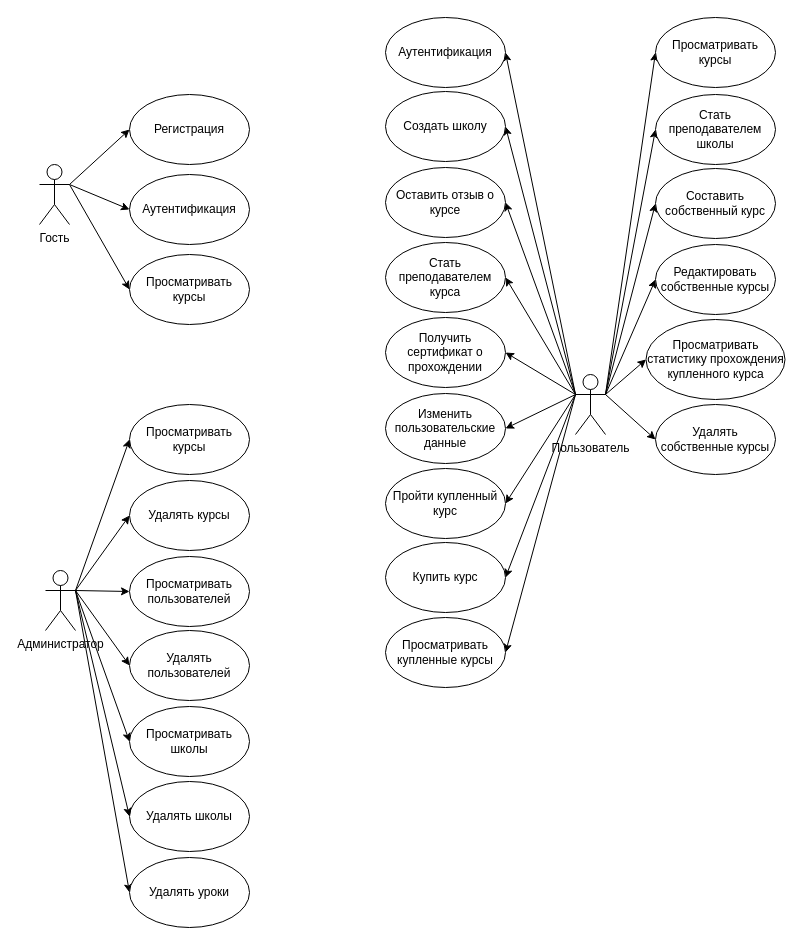
The draw.io diagram docs/images/usecase.drawio in paw1a/eschool, before the edit. Source tidied: cells renumbered, new cells numbered last; positions are measured from the earlier drawing's top-left corner, leaving out a move shared by most shapes. Both pictures are drawn from the tidied source at 100%, with x=0, y=0 at pixel (39, 17).
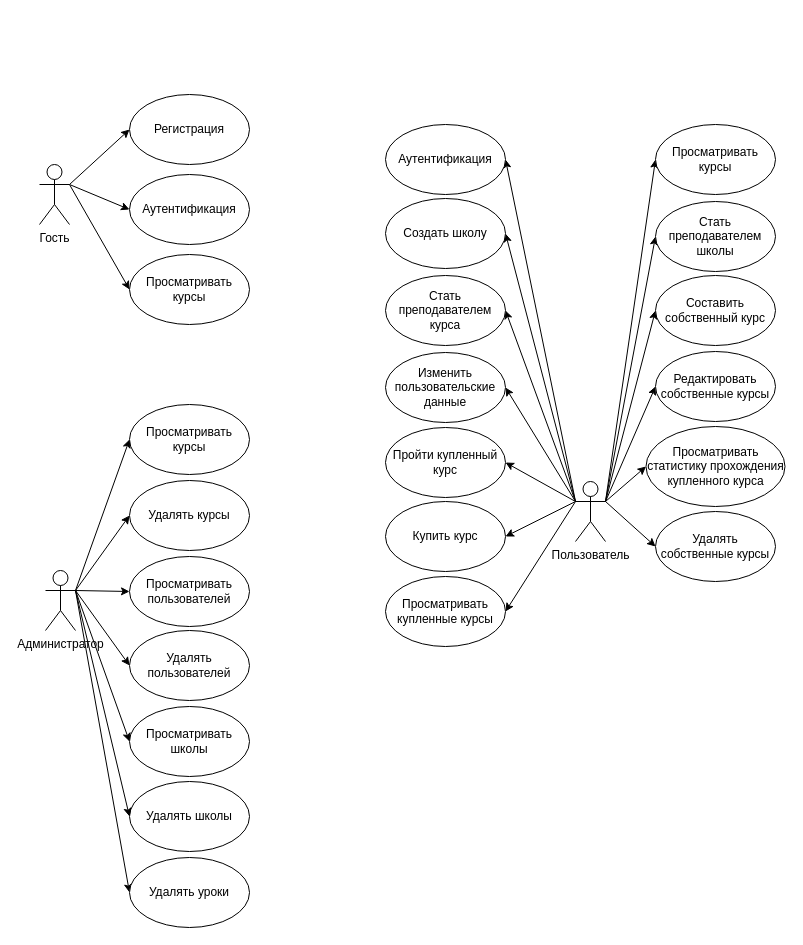
After the change.

Diff of the diagram source:
```diff
@@
-    <mxCell id="7" style="edgeStyle=none;rounded=0;jettySize=auto;html=1;exitX=0;exitY=0.3333333333333333;exitDx=0;exitDy=0;exitPerimeter=0;entryX=1;entryY=0.5;entryDx=0;entryDy=0;" parent="1" edge="1" source="21" target="29">
-      <mxGeometry relative="1" as="geometry" />
-    </mxCell>
@@
-    <mxCell id="9" style="edgeStyle=none;rounded=0;jettySize=auto;html=1;exitX=0;exitY=0.3333333333333333;exitDx=0;exitDy=0;exitPerimeter=0;entryX=1;entryY=0.5;entryDx=0;entryDy=0;" parent="1" edge="1" source="21" target="26">
-      <mxGeometry relative="1" as="geometry" />
-    </mxCell>
@@
     <mxCell id="21" value="Пользователь" style="shape=umlActor;verticalLabelPosition=bottom;verticalAlign=top;html=1;outlineConnect=0;" parent="1" vertex="1">
-      <mxGeometry x="536" y="357" width="30" height="60" as="geometry" />
+      <mxGeometry x="536" y="464" width="30" height="60" as="geometry" />
     </mxCell>
@@
     <mxCell id="24" value="Купить курс" style="ellipse;whiteSpace=wrap;html=1;" parent="1" vertex="1">
-      <mxGeometry x="346" y="525" width="120" height="70" as="geometry" />
+      <mxGeometry x="346" y="484" width="120" height="70" as="geometry" />
     </mxCell>
     <mxCell id="25" value="Пройти купленный курс" style="ellipse;whiteSpace=wrap;html=1;" parent="1" vertex="1">
-      <mxGeometry x="346" y="451" width="120" height="70" as="geometry" />
+      <mxGeometry x="346" y="410" width="120" height="70" as="geometry" />
     </mxCell>
-    <mxCell id="26" value="Получить сертификат о прохождении" style="ellipse;whiteSpace=wrap;html=1;" parent="1" vertex="1">
-      <mxGeometry x="346" y="300" width="120" height="70" as="geometry" />
-    </mxCell>
     <mxCell id="27" value="Стать преподавателем курса" style="ellipse;whiteSpace=wrap;html=1;" parent="1" vertex="1">
-      <mxGeometry x="346" y="225" width="120" height="70" as="geometry" />
+      <mxGeometry x="346" y="258" width="120" height="70" as="geometry" />
     </mxCell>
     <mxCell id="28" value="Создать школу" style="ellipse;whiteSpace=wrap;html=1;" parent="1" vertex="1">
-      <mxGeometry x="346" y="74" width="120" height="70" as="geometry" />
+      <mxGeometry x="346" y="181" width="120" height="70" as="geometry" />
     </mxCell>
-    <mxCell id="29" value="Оставить отзыв о курсе" style="ellipse;whiteSpace=wrap;html=1;" parent="1" vertex="1">
-      <mxGeometry x="346" y="150" width="120" height="70" as="geometry" />
-    </mxCell>
     <mxCell id="30" value="Составить собственный курс" style="ellipse;whiteSpace=wrap;html=1;" parent="1" vertex="1">
-      <mxGeometry x="616" y="151" width="120" height="70" as="geometry" />
+      <mxGeometry x="616" y="258" width="120" height="70" as="geometry" />
     </mxCell>
     <mxCell id="31" value="Редактировать собственные курсы" style="ellipse;whiteSpace=wrap;html=1;" parent="1" vertex="1">
-      <mxGeometry x="616" y="227" width="120" height="70" as="geometry" />
+      <mxGeometry x="616" y="334" width="120" height="70" as="geometry" />
     </mxCell>
     <mxCell id="32" value="Изменить пользовательские данные" style="ellipse;whiteSpace=wrap;html=1;" parent="1" vertex="1">
-      <mxGeometry x="346" y="376" width="120" height="70" as="geometry" />
+      <mxGeometry x="346" y="335" width="120" height="70" as="geometry" />
     </mxCell>
@@
     <mxCell id="34" value="Просматривать купленные курсы" style="ellipse;whiteSpace=wrap;html=1;" parent="1" vertex="1">
-      <mxGeometry x="346" y="600" width="120" height="70" as="geometry" />
+      <mxGeometry x="346" y="559" width="120" height="70" as="geometry" />
     </mxCell>
     <mxCell id="35" value="Просматривать статистику прохождения купленного курса" style="ellipse;whiteSpace=wrap;html=1;" parent="1" vertex="1">
-      <mxGeometry x="606.5" y="302" width="139" height="80" as="geometry" />
+      <mxGeometry x="606.5" y="409" width="139" height="80" as="geometry" />
     </mxCell>
     <mxCell id="36" value="Стать преподавателем школы" style="ellipse;whiteSpace=wrap;html=1;" parent="1" vertex="1">
-      <mxGeometry x="616" y="77" width="120" height="70" as="geometry" />
+      <mxGeometry x="616" y="184" width="120" height="70" as="geometry" />
     </mxCell>
@@
     <mxCell id="39" value="Удалять собственные курсы" style="ellipse;whiteSpace=wrap;html=1;" parent="1" vertex="1">
-      <mxGeometry x="616" y="387" width="120" height="70" as="geometry" />
+      <mxGeometry x="616" y="494" width="120" height="70" as="geometry" />
     </mxCell>
@@
     <mxCell id="53" value="Аутентификация" style="ellipse;whiteSpace=wrap;html=1;" parent="1" vertex="1">
-      <mxGeometry x="346" width="120" height="70" as="geometry" />
+      <mxGeometry x="346" y="107" width="120" height="70" as="geometry" />
     </mxCell>
     <mxCell id="54" value="Просматривать курсы" style="ellipse;whiteSpace=wrap;html=1;" parent="1" vertex="1">
-      <mxGeometry x="616" width="120" height="70" as="geometry" />
+      <mxGeometry x="616" y="107" width="120" height="70" as="geometry" />
     </mxCell>
```
